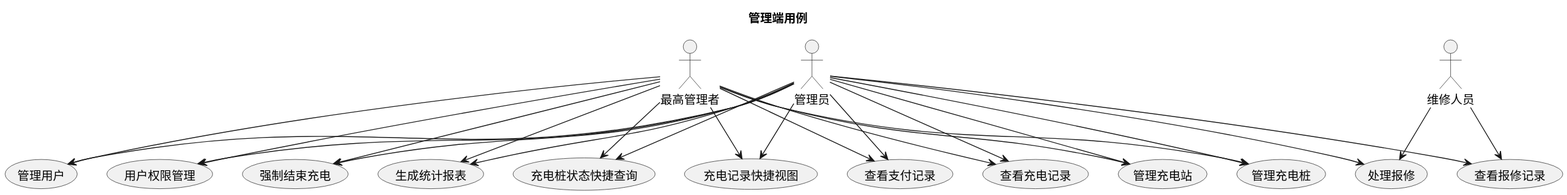
Above: usecase/docs/overview/img/admin_usecases.svg in greenhandzdl/charging-station-doc (PlantUML), before the change.
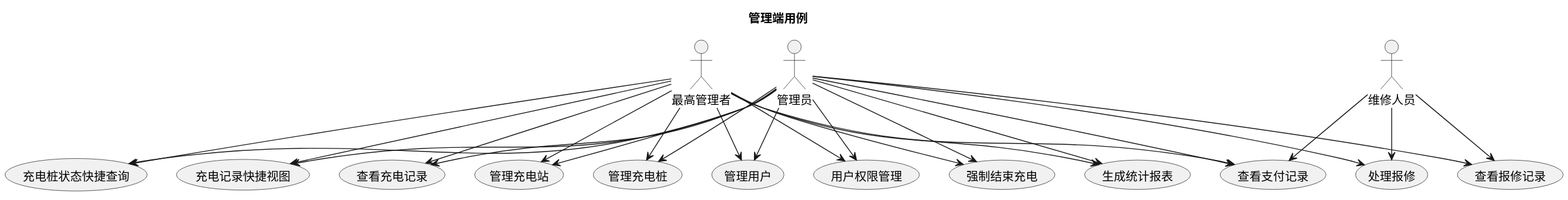
Above is the later version.

Commit message:
fix: 第三轮（最终）评估修复 — overall用例图补全A→QV/QC、admin_usecases补全M→VPR

What changed in the source:
```diff
@@ -45,4 +45,5 @@
 SA --> VCR
 M --> HR
 M --> VR
+M --> VPR
 @enduml
```
